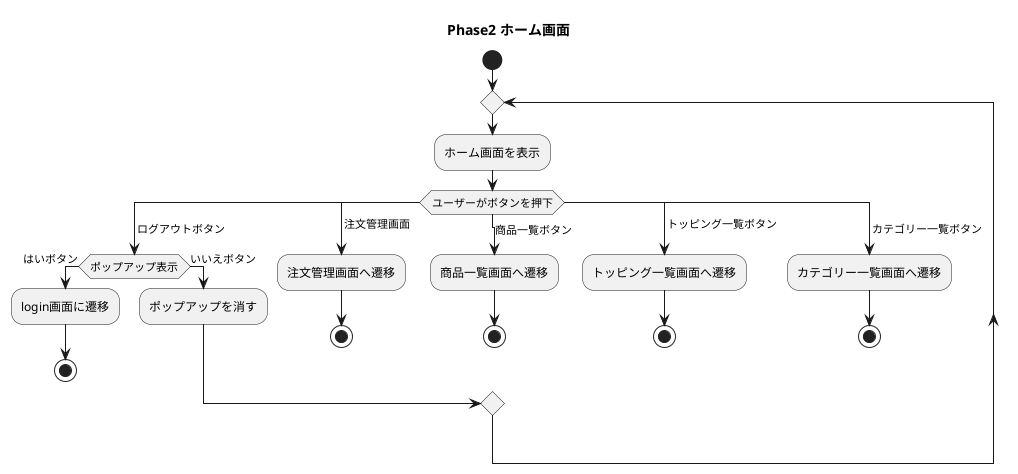
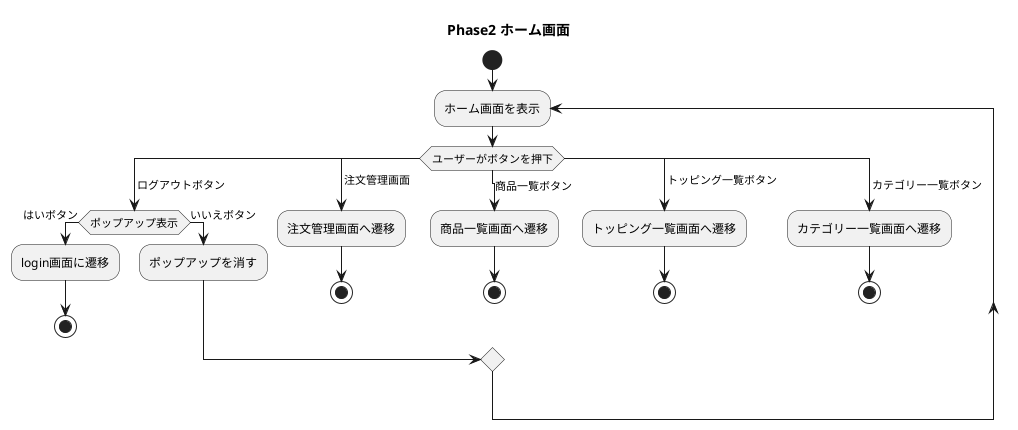
@startuml

title Phase2 ホーム画面

start
- repeat
- :ホーム画面を表示;
+ repeat:ホーム画面を表示;
switch (ユーザーがボタンを押下)

case ( ログアウトボタン)
if (ポップアップ表示) then (はいボタン)
:login画面に遷移;
stop
else (いいえボタン)
:ポップアップを消す;
end if

case ( 注文管理画面)
    :注文管理画面へ遷移;
stop
case ( 商品一覧ボタン)
    :商品一覧画面へ遷移;
stop
case ( トッピング一覧ボタン)
    :トッピング一覧画面へ遷移;
stop
case ( カテゴリー一覧ボタン)
    :カテゴリー一覧画面へ遷移;
stop
endswitch


@enduml